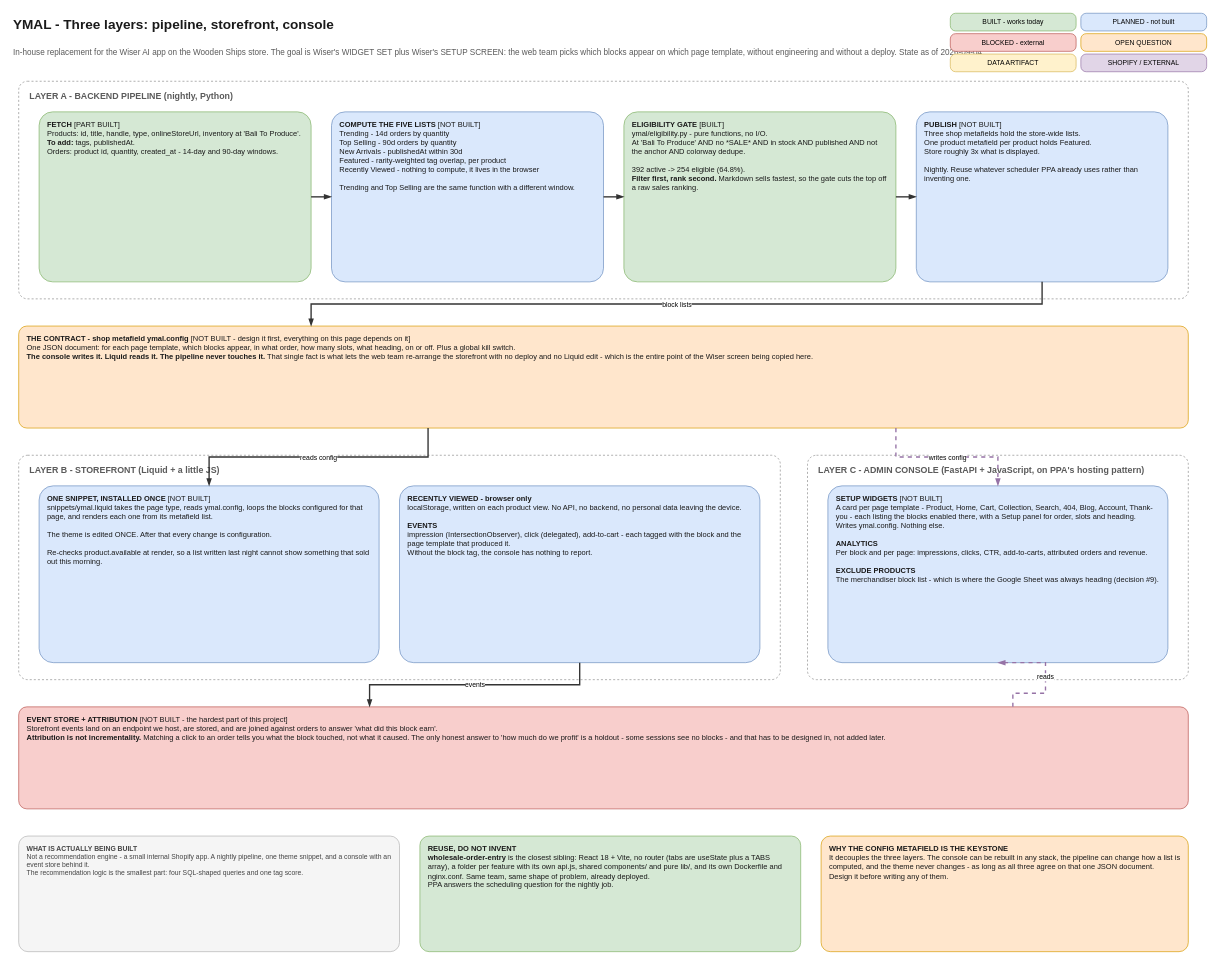
Wooden-Ships-Knits/ymal-project keeps this draw.io diagram as page "1. System Overview" (1 of 9) of docs/ymal-flow.drawio. Above is the earlier version. Source tidied: cells renumbered, new cells numbered last; positions are measured from the earlier drawing's top-left corner, leaving out a move shared by most shapes. Both pictures are drawn from the tidied source at 68%, with x=0, y=0 at pixel (12, 12).
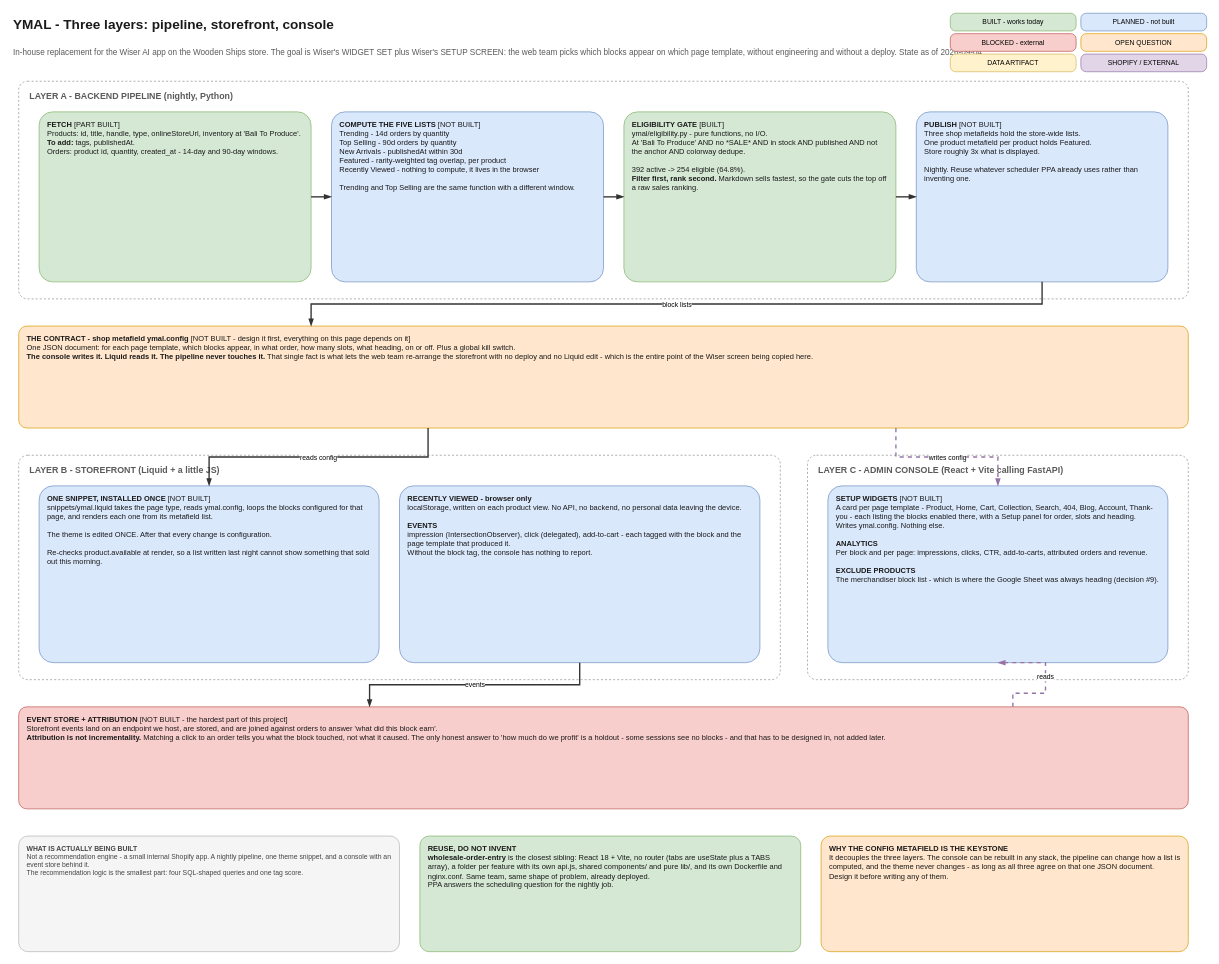
After the change.

Commit message (it also covers changes not shown here):
docs: point the console stack at wholesale-order-entry, not PPA

wholesale-order-entry is already the exact shape this needs - Postgres,
FastAPI, and an nginx container that builds the SPA and reverse-proxies
/api, all in one docker-compose on the GCP VM. That answers the hosting
question and the event-store question at once: events are one more table.

PPA stays the reference for the nightly scheduler and the Shopify auth
pattern, not for the UI.

Claude-Session: https://claude.ai/code/session_013ZrGkef3s8dm7Go6ntysAx

Diff of the diagram source:
```diff
@@
-    <mxCell id="23" value="LAYER C  -  ADMIN CONSOLE  (FastAPI + JavaScript, on PPA's hosting pattern)" style="rounded=1;whiteSpace=wrap;html=1;fillColor=none;strokeColor=#8C8C8C;dashed=1;verticalAlign=top;align=left;spacingLeft=14;spacingTop=8;fontSize=13;fontStyle=1;fontColor=#5A5A5A;arcSize=4;" parent="1" vertex="1">
+    <mxCell id="23" value="LAYER C  -  ADMIN CONSOLE  (React + Vite calling FastAPI)" style="rounded=1;whiteSpace=wrap;html=1;fillColor=none;strokeColor=#8C8C8C;dashed=1;verticalAlign=top;align=left;spacingLeft=14;spacingTop=8;fontSize=13;fontStyle=1;fontColor=#5A5A5A;arcSize=4;" parent="1" vertex="1">
       <mxGeometry x="1170" y="652" width="560" height="330" as="geometry" />
     </mxCell>
```
